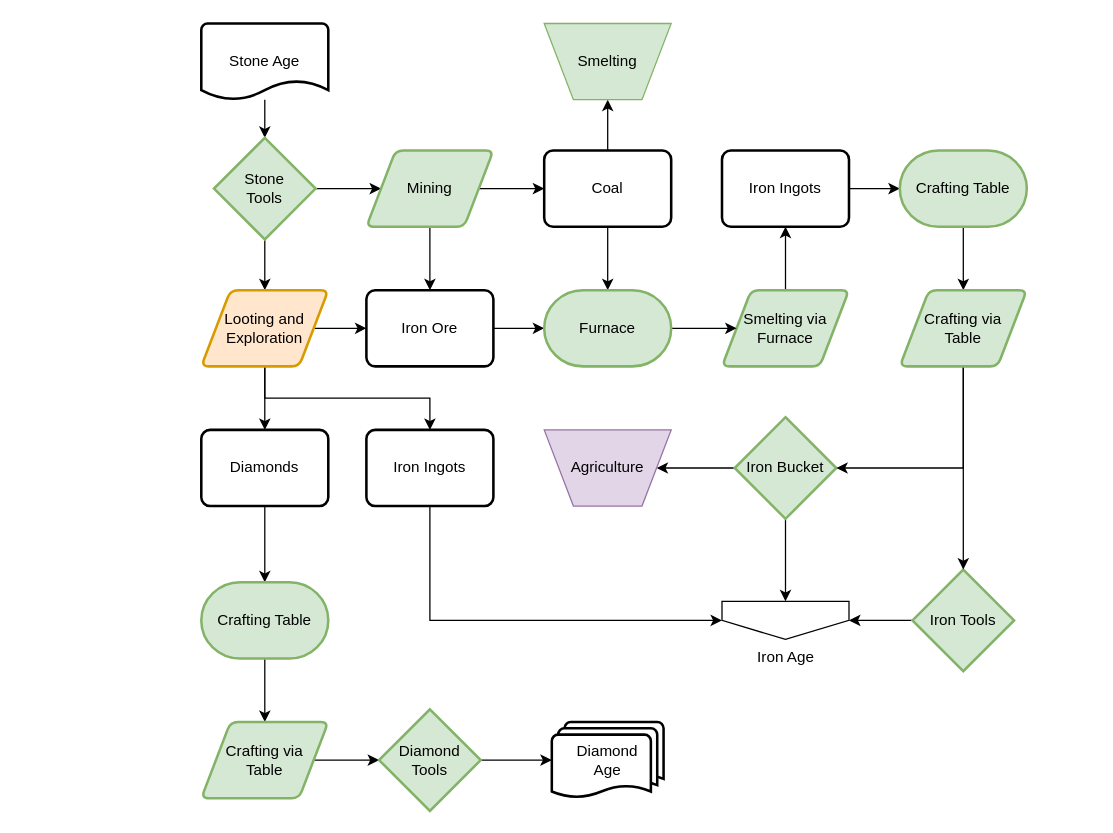
Above: page "Stone Age" (5 of 7) of flowcharts/progression.drawio in MeepishRealms/Cog (draw.io), before the change. Source tidied: cells renumbered, new cells numbered last; positions are measured from the earlier drawing's top-left corner, leaving out a move shared by most shapes. Both pictures are drawn from the tidied source at 127%, with x=0, y=0 at pixel (201, 23).
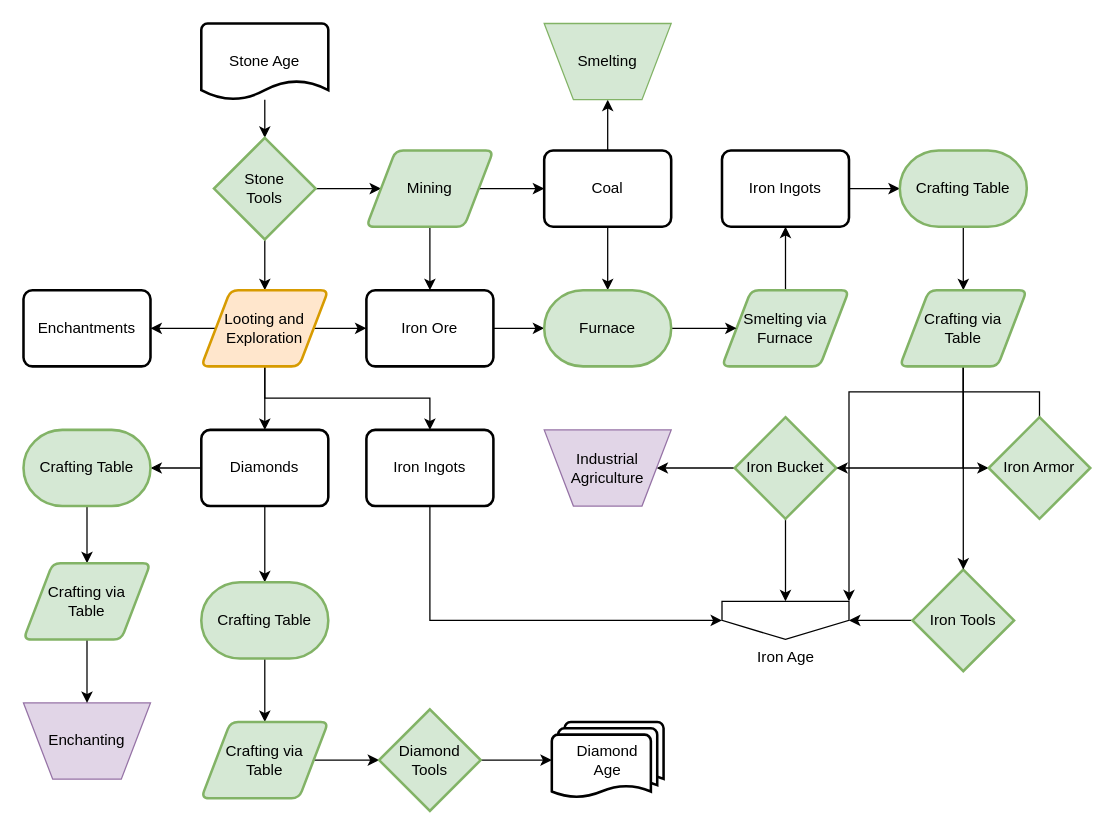
After the change.

Commit message (it also covers changes not shown here):
Iron Age Complete

Unchanged cells that the change refers to:
```xml
<mxCell id="29" value="Iron Age" style="verticalLabelPosition=bottom;verticalAlign=top;html=1;shape=offPageConnector;rounded=0;size=0.5;" parent="1" vertex="1">
  <mxGeometry x="410" y="455" width="100" height="30" as="geometry" />
</mxCell>
<mxCell id="34" value="Looting and&lt;br&gt;Exploration" style="shape=parallelogram;html=1;strokeWidth=2;perimeter=parallelogramPerimeter;whiteSpace=wrap;rounded=1;arcSize=12;size=0.23;fillColor=#ffe6cc;strokeColor=#d79b00;" parent="1" vertex="1">
  <mxGeometry y="210" width="100" height="60" as="geometry" />
</mxCell>
<mxCell id="39" value="Crafting via&lt;br&gt;Table" style="shape=parallelogram;html=1;strokeWidth=2;perimeter=parallelogramPerimeter;whiteSpace=wrap;rounded=1;arcSize=12;size=0.23;fillColor=#d5e8d4;strokeColor=#82b366;" parent="1" vertex="1">
  <mxGeometry x="550" y="210" width="100" height="60" as="geometry" />
</mxCell>
<mxCell id="41" value="Diamonds" style="rounded=1;whiteSpace=wrap;html=1;absoluteArcSize=1;arcSize=14;strokeWidth=2;" parent="1" vertex="1">
  <mxGeometry y="320" width="100" height="60" as="geometry" />
</mxCell>
```

Change to the diagram source:
```diff
@@
-    <mxCell id="30" value="Agriculture" style="verticalLabelPosition=middle;verticalAlign=middle;html=1;shape=trapezoid;perimeter=trapezoidPerimeter;whiteSpace=wrap;size=0.23;arcSize=10;flipV=1;labelPosition=center;align=center;fillColor=#e1d5e7;strokeColor=#9673a6;" parent="1" vertex="1">
+    <mxCell id="30" value="Industrial&lt;br&gt;Agriculture" style="verticalLabelPosition=middle;verticalAlign=middle;html=1;shape=trapezoid;perimeter=trapezoidPerimeter;whiteSpace=wrap;size=0.23;arcSize=10;flipV=1;labelPosition=center;align=center;fillColor=#e1d5e7;strokeColor=#9673a6;" parent="1" vertex="1">
       <mxGeometry x="270" y="320" width="100" height="60" as="geometry" />
     </mxCell>
@@
+    <mxCell id="49" style="edgeStyle=orthogonalEdgeStyle;rounded=0;jettySize=auto;html=1;" parent="1" edge="1" source="34" target="55">
+      <mxGeometry relative="1" as="geometry" />
+    </mxCell>
@@
+    <mxCell id="50" style="edgeStyle=orthogonalEdgeStyle;rounded=0;jettySize=auto;html=1;exitX=0.5;exitY=1;exitDx=0;exitDy=0;entryX=0;entryY=0.5;entryDx=0;entryDy=0;entryPerimeter=0;" parent="1" edge="1" source="39" target="53">
+      <mxGeometry relative="1" as="geometry" />
+    </mxCell>
@@
+    <mxCell id="51" style="edgeStyle=orthogonalEdgeStyle;rounded=0;jettySize=auto;html=1;" parent="1" edge="1" source="41" target="57">
+      <mxGeometry relative="1" as="geometry" />
+    </mxCell>
@@
+    <mxCell id="52" style="edgeStyle=orthogonalEdgeStyle;rounded=0;jettySize=auto;html=1;exitX=0.5;exitY=0;exitDx=0;exitDy=0;exitPerimeter=0;entryX=1;entryY=0;entryDx=0;entryDy=0;" parent="1" edge="1" source="53" target="29">
+      <mxGeometry relative="1" as="geometry" />
+    </mxCell>
+    <mxCell id="53" value="Iron Armor" style="strokeWidth=2;html=1;shape=mxgraph.flowchart.decision;whiteSpace=wrap;fillColor=#d5e8d4;strokeColor=#82b366;" parent="1" vertex="1">
+      <mxGeometry x="620" y="310" width="80" height="80" as="geometry" />
+    </mxCell>
+    <mxCell id="54" value="Enchanting" style="verticalLabelPosition=middle;verticalAlign=middle;html=1;shape=trapezoid;perimeter=trapezoidPerimeter;whiteSpace=wrap;size=0.23;arcSize=10;flipV=1;labelPosition=center;align=center;fillColor=#e1d5e7;strokeColor=#9673a6;" parent="1" vertex="1">
+      <mxGeometry x="-140" y="535" width="100" height="60" as="geometry" />
+    </mxCell>
+    <mxCell id="55" value="Enchantments" style="rounded=1;whiteSpace=wrap;html=1;absoluteArcSize=1;arcSize=14;strokeWidth=2;" parent="1" vertex="1">
+      <mxGeometry x="-140" y="210" width="100" height="60" as="geometry" />
+    </mxCell>
+    <mxCell id="56" style="edgeStyle=orthogonalEdgeStyle;rounded=0;jettySize=auto;html=1;" parent="1" edge="1" source="57" target="59">
+      <mxGeometry relative="1" as="geometry" />
+    </mxCell>
+    <mxCell id="57" value="Crafting Table" style="strokeWidth=2;html=1;shape=mxgraph.flowchart.terminator;whiteSpace=wrap;fillColor=#d5e8d4;strokeColor=#82b366;" parent="1" vertex="1">
+      <mxGeometry x="-140" y="320" width="100" height="60" as="geometry" />
+    </mxCell>
+    <mxCell id="58" style="edgeStyle=orthogonalEdgeStyle;rounded=0;jettySize=auto;html=1;" parent="1" edge="1" source="59" target="54">
+      <mxGeometry relative="1" as="geometry" />
+    </mxCell>
+    <mxCell id="59" value="Crafting via&lt;br&gt;Table" style="shape=parallelogram;html=1;strokeWidth=2;perimeter=parallelogramPerimeter;whiteSpace=wrap;rounded=1;arcSize=12;size=0.23;fillColor=#d5e8d4;strokeColor=#82b366;" parent="1" vertex="1">
+      <mxGeometry x="-140" y="425" width="100" height="60" as="geometry" />
+    </mxCell>
```
